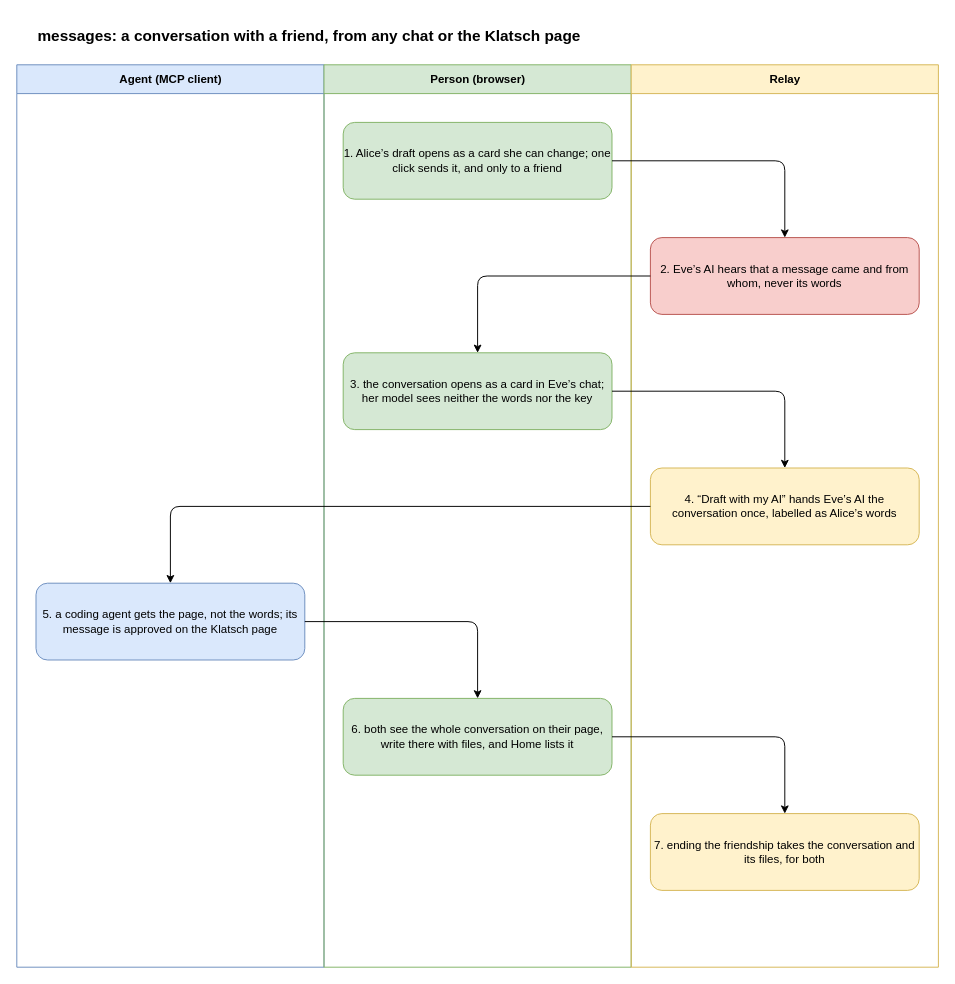
The draw.io diagram docs/flows/messages.drawio in gizemsoylutr/klatsch, before the edit. Source tidied: cells renumbered, new cells numbered last; positions are measured from the earlier drawing's top-left corner, leaving out a move shared by most shapes. Both pictures are drawn from the tidied source at 96%, with x=0, y=0 at pixel (16, 16).
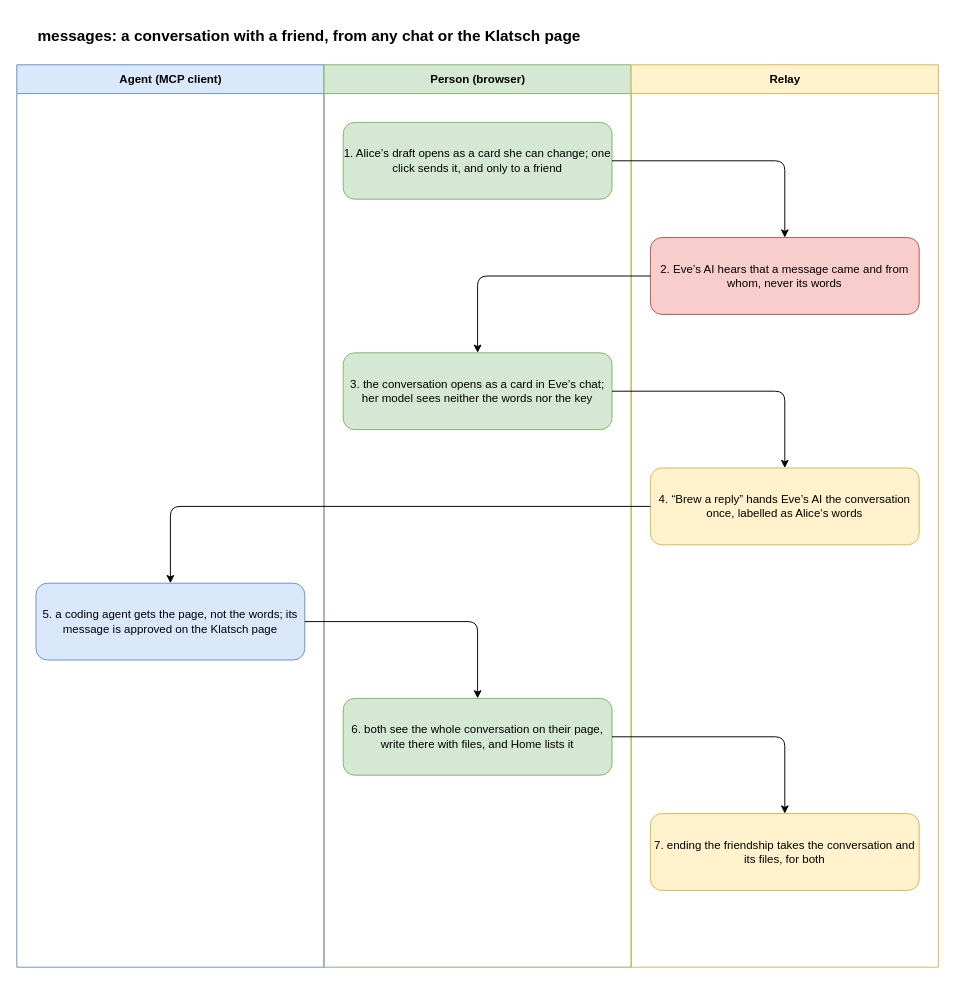
The same diagram, later.

Diff of the diagram source:
```diff
@@
 <mxGraphModel>
   <root>
     <mxCell id="0" />
     <mxCell id="1" parent="0" />
     <mxCell id="2" value="messages: a conversation with a friend, from any chat or the Klatsch page" style="text;html=1;fontSize=16;fontStyle=1;align=left;verticalAlign=middle;whiteSpace=wrap;" parent="1" vertex="1">
       <mxGeometry x="20" width="920" height="40" as="geometry" />
     </mxCell>
     <mxCell id="3" value="Agent (MCP client)" style="swimlane;html=1;startSize=30;fillColor=#dae8fc;strokeColor=#6c8ebf;swimlaneFillColor=none;" parent="1" vertex="1">
       <mxGeometry y="50" width="320" height="940" as="geometry" />
     </mxCell>
     <mxCell id="4" value="Person (browser)" style="swimlane;html=1;startSize=30;fillColor=#d5e8d4;strokeColor=#82b366;swimlaneFillColor=none;" parent="1" vertex="1">
       <mxGeometry x="320" y="50" width="320" height="940" as="geometry" />
     </mxCell>
     <mxCell id="5" value="Relay" style="swimlane;html=1;startSize=30;fillColor=#fff2cc;strokeColor=#d6b656;swimlaneFillColor=none;" parent="1" vertex="1">
       <mxGeometry x="640" y="50" width="320" height="940" as="geometry" />
     </mxCell>
     <mxCell id="6" value="1. Alice’s draft opens as a card she can change; one click sends it, and only to a friend" style="rounded=1;whiteSpace=wrap;html=1;fillColor=#d5e8d4;strokeColor=#82b366;fontSize=12;" parent="1" vertex="1">
       <mxGeometry x="340" y="110" width="280" height="80" as="geometry" />
     </mxCell>
     <mxCell id="7" value="2. Eve’s AI hears that a message came and from whom, never its words" style="rounded=1;whiteSpace=wrap;html=1;fillColor=#f8cecc;strokeColor=#b85450;fontSize=12;" parent="1" vertex="1">
       <mxGeometry x="660" y="230" width="280" height="80" as="geometry" />
     </mxCell>
     <mxCell id="8" style="edgeStyle=orthogonalEdgeStyle;rounded=1;html=1;endArrow=classic;" parent="1" edge="1" source="6" target="7">
       <mxGeometry relative="1" as="geometry" />
     </mxCell>
     <mxCell id="9" value="3. the conversation opens as a card in Eve’s chat; her model sees neither the words nor the key" style="rounded=1;whiteSpace=wrap;html=1;fillColor=#d5e8d4;strokeColor=#82b366;fontSize=12;" parent="1" vertex="1">
       <mxGeometry x="340" y="350" width="280" height="80" as="geometry" />
     </mxCell>
     <mxCell id="10" style="edgeStyle=orthogonalEdgeStyle;rounded=1;html=1;endArrow=classic;" parent="1" edge="1" source="7" target="9">
       <mxGeometry relative="1" as="geometry" />
     </mxCell>
-    <mxCell id="11" value="4. “Draft with my AI” hands Eve’s AI the conversation once, labelled as Alice’s words" style="rounded=1;whiteSpace=wrap;html=1;fillColor=#fff2cc;strokeColor=#d6b656;fontSize=12;" parent="1" vertex="1">
+    <mxCell id="11" value="4. “Brew a reply” hands Eve’s AI the conversation once, labelled as Alice’s words" style="rounded=1;whiteSpace=wrap;html=1;fillColor=#fff2cc;strokeColor=#d6b656;fontSize=12;" parent="1" vertex="1">
       <mxGeometry x="660" y="470" width="280" height="80" as="geometry" />
     </mxCell>
     <mxCell id="12" style="edgeStyle=orthogonalEdgeStyle;rounded=1;html=1;endArrow=classic;" parent="1" edge="1" source="9" target="11">
       <mxGeometry relative="1" as="geometry" />
     </mxCell>
     <mxCell id="13" value="5. a coding agent gets the page, not the words; its message is approved on the Klatsch page" style="rounded=1;whiteSpace=wrap;html=1;fillColor=#dae8fc;strokeColor=#6c8ebf;fontSize=12;" parent="1" vertex="1">
       <mxGeometry x="20" y="590" width="280" height="80" as="geometry" />
     </mxCell>
     <mxCell id="14" style="edgeStyle=orthogonalEdgeStyle;rounded=1;html=1;endArrow=classic;" parent="1" edge="1" source="11" target="13">
       <mxGeometry relative="1" as="geometry" />
     </mxCell>
     <mxCell id="15" value="6. both see the whole conversation on their page, write there with files, and Home lists it" style="rounded=1;whiteSpace=wrap;html=1;fillColor=#d5e8d4;strokeColor=#82b366;fontSize=12;" parent="1" vertex="1">
       <mxGeometry x="340" y="710" width="280" height="80" as="geometry" />
     </mxCell>
     <mxCell id="16" style="edgeStyle=orthogonalEdgeStyle;rounded=1;html=1;endArrow=classic;" parent="1" edge="1" source="13" target="15">
       <mxGeometry relative="1" as="geometry" />
     </mxCell>
     <mxCell id="17" value="7. ending the friendship takes the conversation and its files, for both" style="rounded=1;whiteSpace=wrap;html=1;fillColor=#fff2cc;strokeColor=#d6b656;fontSize=12;" parent="1" vertex="1">
       <mxGeometry x="660" y="830" width="280" height="80" as="geometry" />
     </mxCell>
     <mxCell id="18" style="edgeStyle=orthogonalEdgeStyle;rounded=1;html=1;endArrow=classic;" parent="1" edge="1" source="15" target="17">
       <mxGeometry relative="1" as="geometry" />
     </mxCell>
   </root>
 </mxGraphModel>
```
